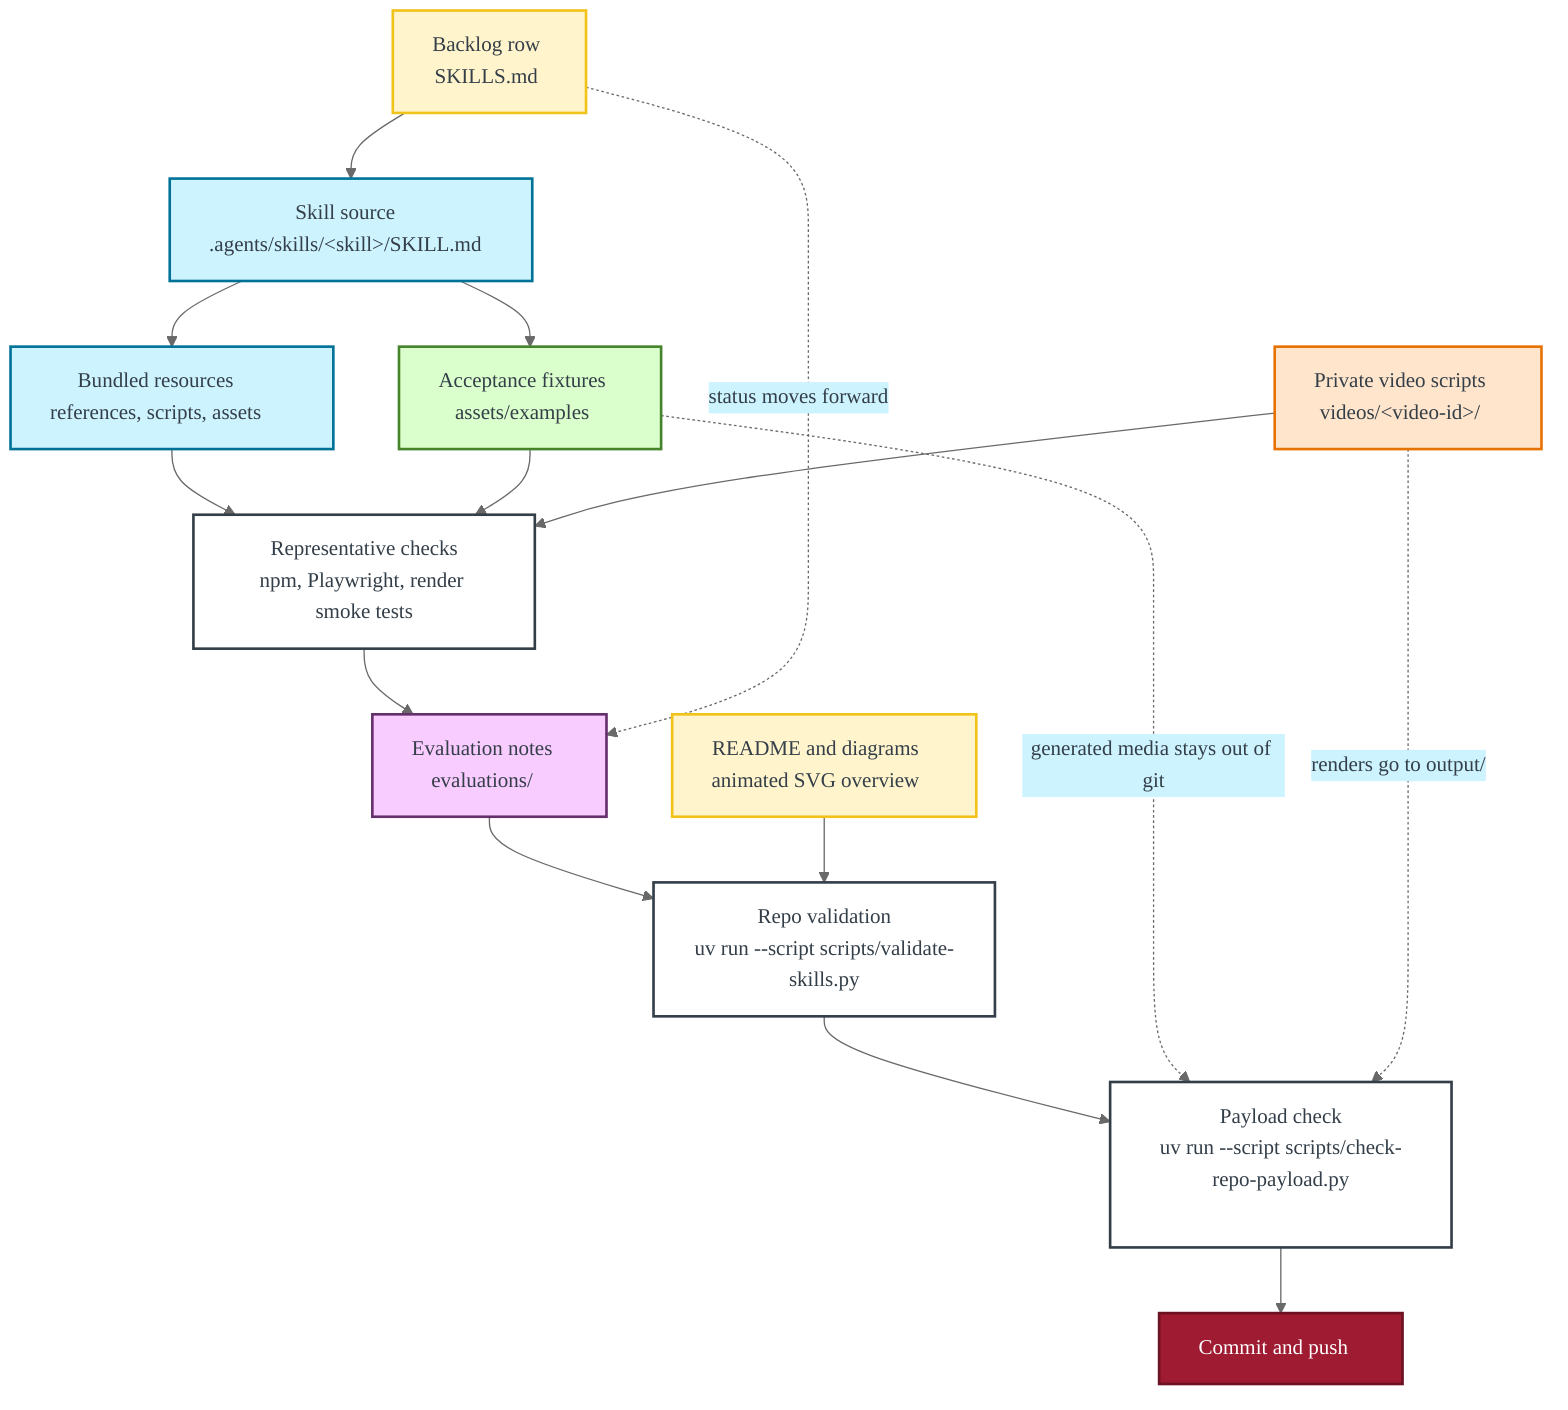
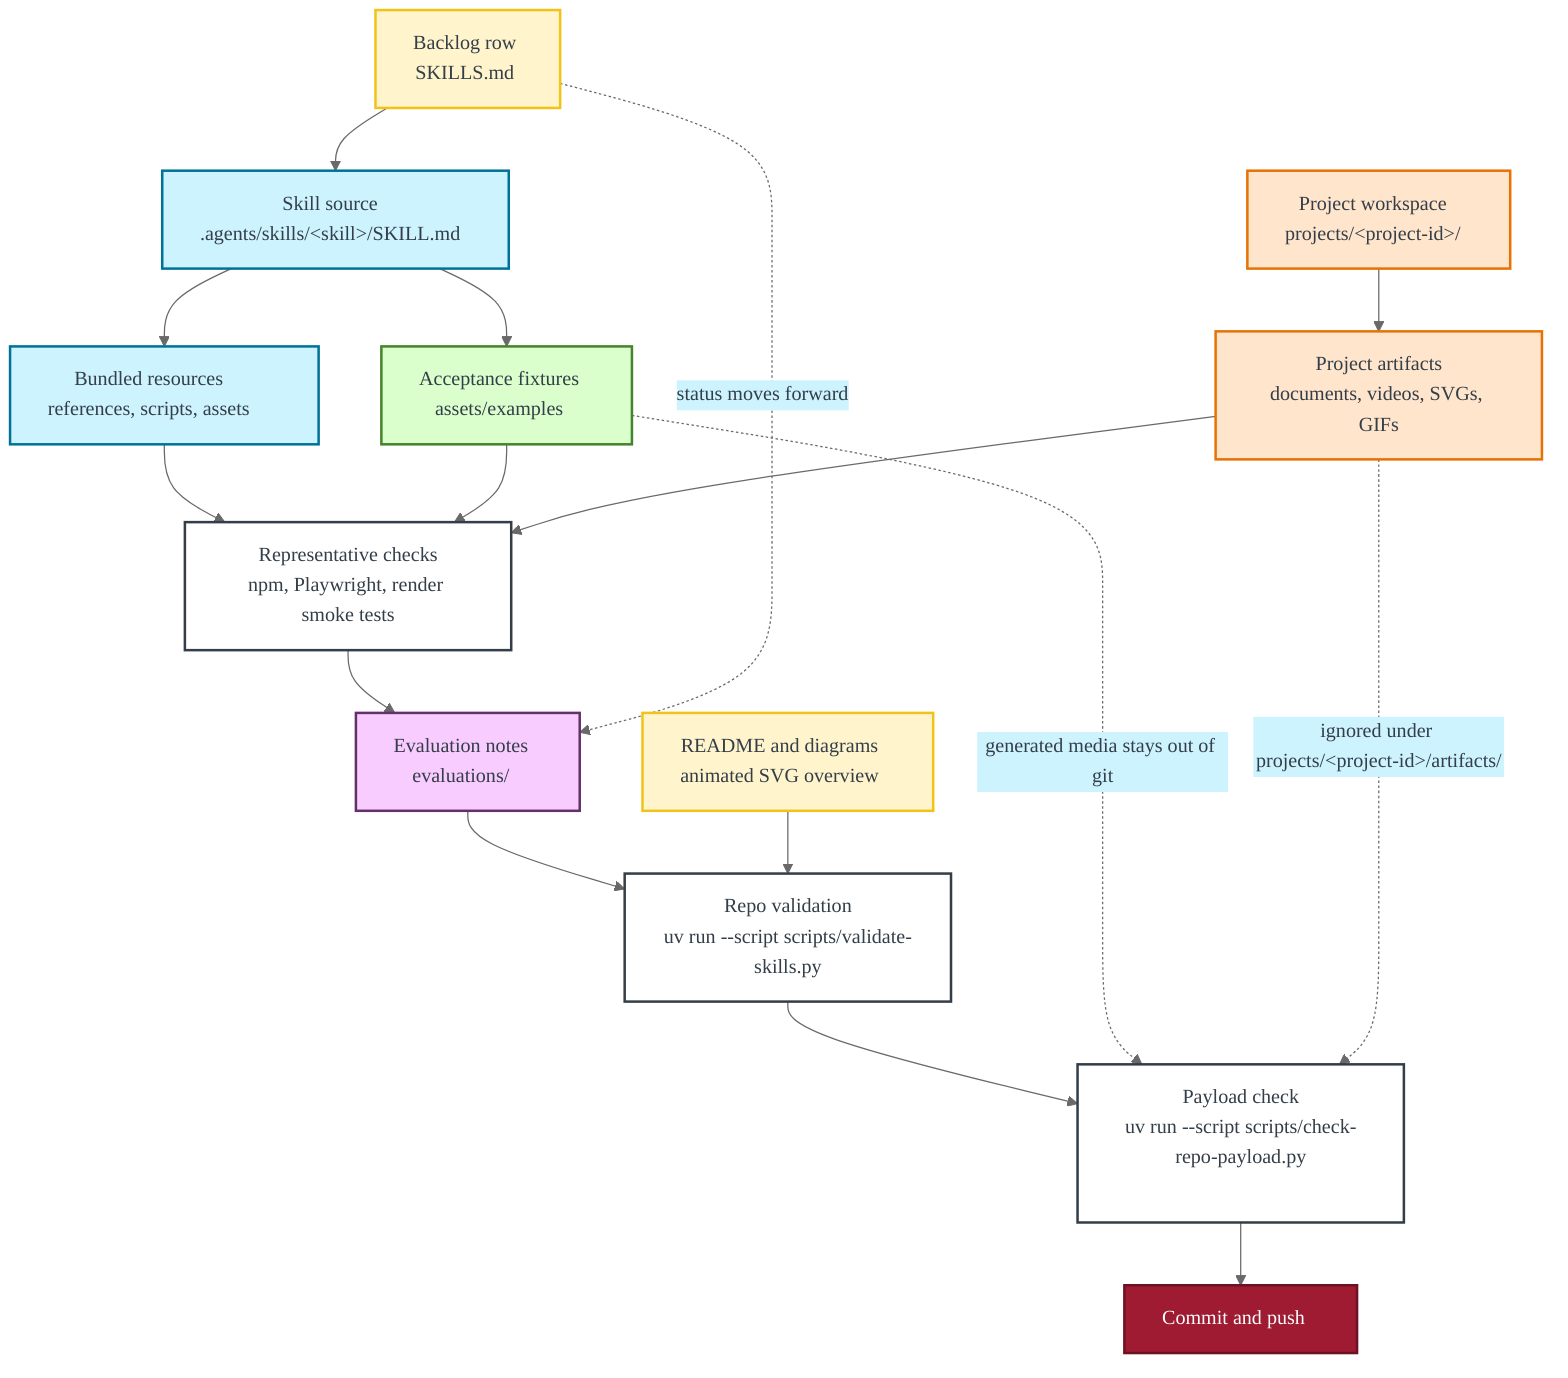
%%{init: {"theme": "base", "themeVariables": {"fontFamily": "Open Sans, Arial, sans-serif", "primaryColor": "#dbffcc", "primaryTextColor": "#333e48", "primaryBorderColor": "#45842a", "lineColor": "#696969", "secondaryColor": "#cdf3ff", "tertiaryColor": "#ffe5cc"}} }%%
flowchart TD
  Backlog["Backlog row<br/>SKILLS.md"]:::doc
  Skill["Skill source<br/>.agents/skills/&lt;skill&gt;/SKILL.md"]:::skill
  Resources["Bundled resources<br/>references, scripts, assets"]:::skill
  Fixtures["Acceptance fixtures<br/>assets/examples"]:::fixture
  EvalNotes["Evaluation notes<br/>evaluations/"]:::eval
-   PrivateVideo["Private video scripts<br/>videos/&lt;video-id&gt;/"]:::video
+   Project["Project workspace<br/>projects/&lt;project-id&gt;/"]:::project
+   ProjectArtifacts["Project artifacts<br/>documents, videos, SVGs, GIFs"]:::project
  RepoValidate["Repo validation<br/>uv run --script scripts/validate-skills.py"]:::check
  SpecificChecks["Representative checks<br/>npm, Playwright, render smoke tests"]:::check
  Payload["Payload check<br/>uv run --script scripts/check-repo-payload.py"]:::check
  Readme["README and diagrams<br/>animated SVG overview"]:::doc
  Push["Commit and push"]:::ship

  Backlog --> Skill
  Skill --> Resources
  Skill --> Fixtures
  Resources --> SpecificChecks
  Fixtures --> SpecificChecks
+   Project --> ProjectArtifacts
+   ProjectArtifacts --> SpecificChecks
  SpecificChecks --> EvalNotes
-   PrivateVideo --> SpecificChecks
  EvalNotes --> RepoValidate
  Readme --> RepoValidate
  RepoValidate --> Payload
  Payload --> Push

  Backlog -. "status moves forward" .-> EvalNotes
  Fixtures -. "generated media stays out of git" .-> Payload
-   PrivateVideo -. "renders go to output/" .-> Payload
+   ProjectArtifacts -. "ignored under projects/&lt;project-id&gt;/artifacts/" .-> Payload

  classDef doc fill:#fff4cc,color:#333e48,stroke:#f1c319,stroke-width:2px
  classDef skill fill:#cdf3ff,color:#333e48,stroke:#007298,stroke-width:2px
  classDef fixture fill:#dbffcc,color:#333e48,stroke:#45842a,stroke-width:2px
  classDef eval fill:#f9ccff,color:#333e48,stroke:#652f6c,stroke-width:2px
-   classDef video fill:#ffe5cc,color:#333e48,stroke:#e77204,stroke-width:2px
+   classDef project fill:#ffe5cc,color:#333e48,stroke:#e77204,stroke-width:2px
  classDef check fill:#ffffff,color:#333e48,stroke:#333e48,stroke-width:2px
  classDef ship fill:#9e1b32,color:#ffffff,stroke:#6d1222,stroke-width:2px
